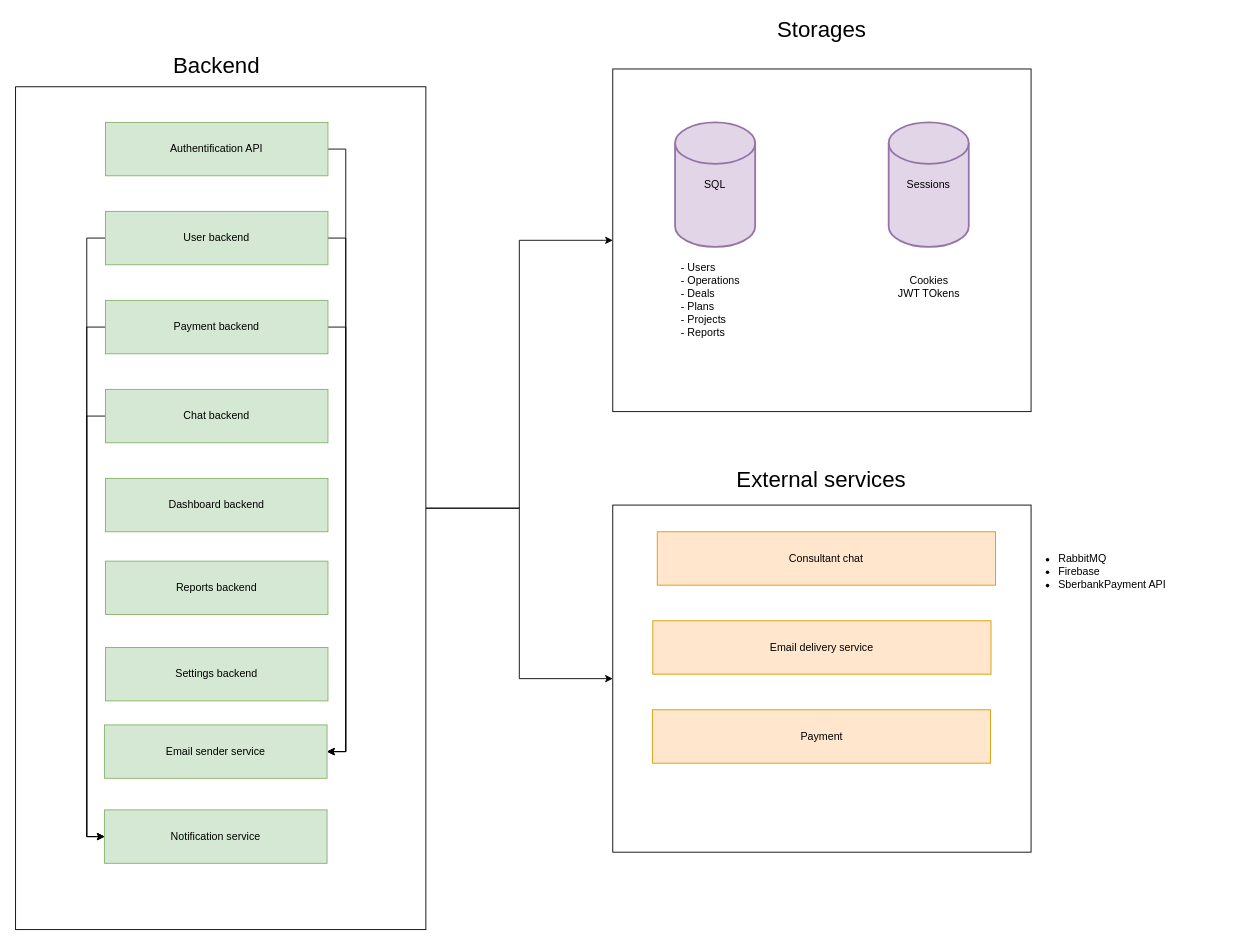
This is Architect.drawio from tlum1/CRMArchitecture, a draw.io file, before an edit. Source tidied: cells renumbered, new cells numbered last; positions are measured from the earlier drawing's top-left corner, leaving out a move shared by most shapes. Both pictures are drawn from the tidied source at 89%, with x=0, y=0 at pixel (15, 15).
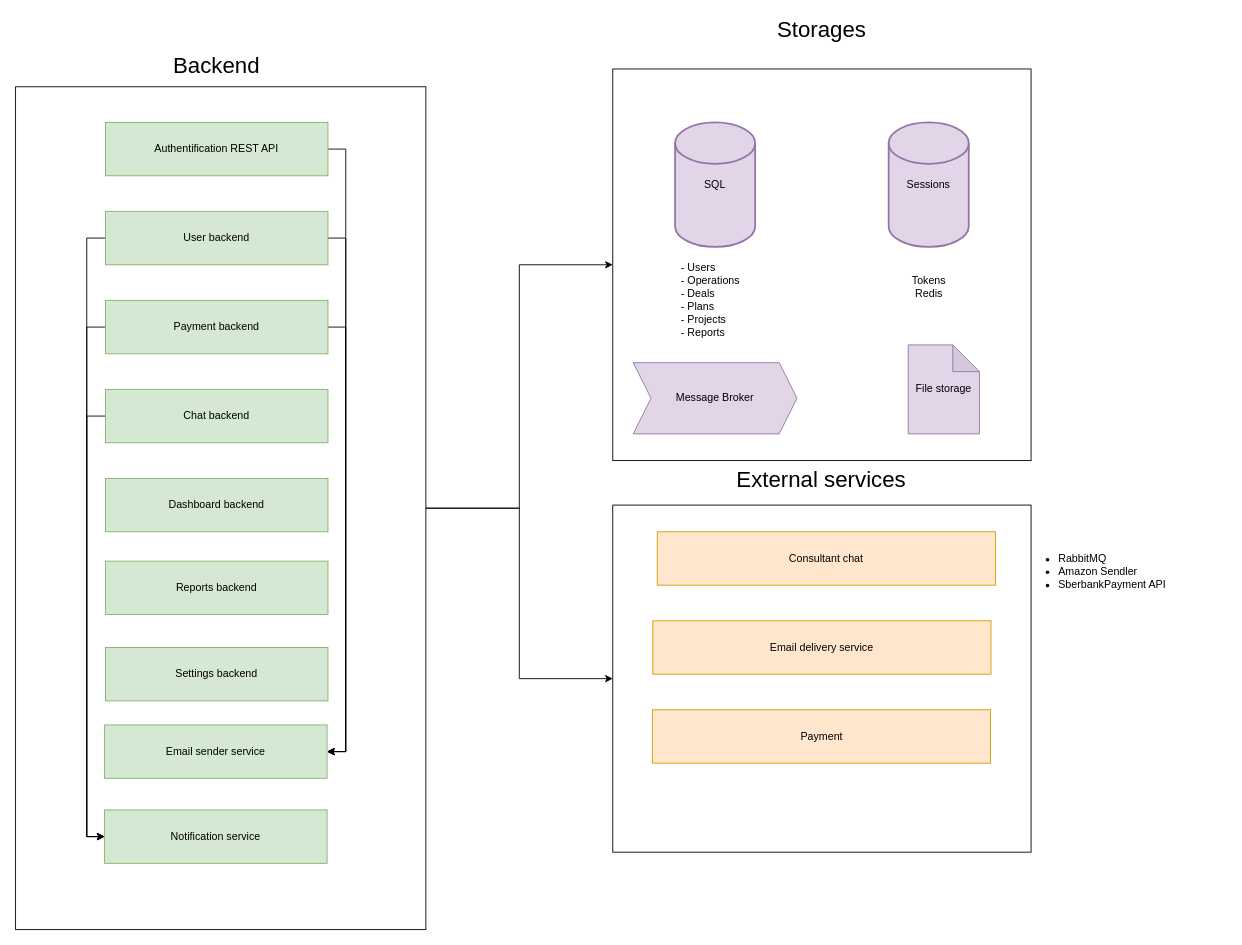
The same page after the edit.

The edit, as a diff of the source:
```diff
@@
-    <mxCell id="7" value="Authentification API" style="rounded=0;whiteSpace=wrap;html=1;fillColor=#d5e8d4;strokeColor=#82b366;" parent="1" vertex="1">
+    <mxCell id="7" value="Authentification REST API" style="rounded=0;whiteSpace=wrap;html=1;fillColor=#d5e8d4;strokeColor=#82b366;" parent="1" vertex="1">
       <mxGeometry x="101" y="120" width="250" height="60" as="geometry" />
     </mxCell>
@@
     <mxCell id="18" style="whiteSpace=wrap;html=1;rounded=0;" parent="1" vertex="1">
-      <mxGeometry x="671" y="60" width="470" height="385" as="geometry" />
+      <mxGeometry x="671" y="60" width="470" height="440" as="geometry" />
     </mxCell>
@@
-    <mxCell id="30" value="Cookies&lt;br&gt;JWT TOkens" style="text;html=1;strokeColor=none;fillColor=none;align=center;verticalAlign=middle;whiteSpace=wrap;rounded=0;" parent="1" vertex="1">
+    <mxCell id="30" value="Tokens&lt;br&gt;Redis" style="text;html=1;strokeColor=none;fillColor=none;align=center;verticalAlign=middle;whiteSpace=wrap;rounded=0;" parent="1" vertex="1">
       <mxGeometry x="979" y="290" width="95" height="30" as="geometry" />
     </mxCell>
@@
-    <mxCell id="32" value="&lt;ul&gt;&lt;li&gt;RabbitMQ&amp;nbsp;&lt;/li&gt;&lt;li&gt;Firebase&lt;/li&gt;&lt;li&gt;SberbankPayment API&lt;/li&gt;&lt;/ul&gt;" style="text;html=1;strokeColor=none;fillColor=none;align=left;verticalAlign=middle;whiteSpace=wrap;rounded=0;" parent="1" vertex="1">
+    <mxCell id="32" value="&lt;ul&gt;&lt;li&gt;RabbitMQ&amp;nbsp;&lt;/li&gt;&lt;li&gt;Amazon Sendler&lt;/li&gt;&lt;li&gt;SberbankPayment API&lt;/li&gt;&lt;/ul&gt;" style="text;html=1;strokeColor=none;fillColor=none;align=left;verticalAlign=middle;whiteSpace=wrap;rounded=0;" parent="1" vertex="1">
       <mxGeometry x="1130" y="550" width="230" height="150" as="geometry" />
     </mxCell>
+    <mxCell id="33" value="Message Broker" style="shape=step;perimeter=stepPerimeter;whiteSpace=wrap;html=1;fixedSize=1;fillColor=#e1d5e7;strokeColor=#9673a6;" parent="1" vertex="1">
+      <mxGeometry x="694" y="390" width="184" height="80" as="geometry" />
+    </mxCell>
+    <mxCell id="34" value="File storage" style="shape=note;whiteSpace=wrap;html=1;backgroundOutline=1;darkOpacity=0.05;fillColor=#e1d5e7;strokeColor=#9673a6;" parent="1" vertex="1">
+      <mxGeometry x="1003" y="370" width="80" height="100" as="geometry" />
+    </mxCell>
```
